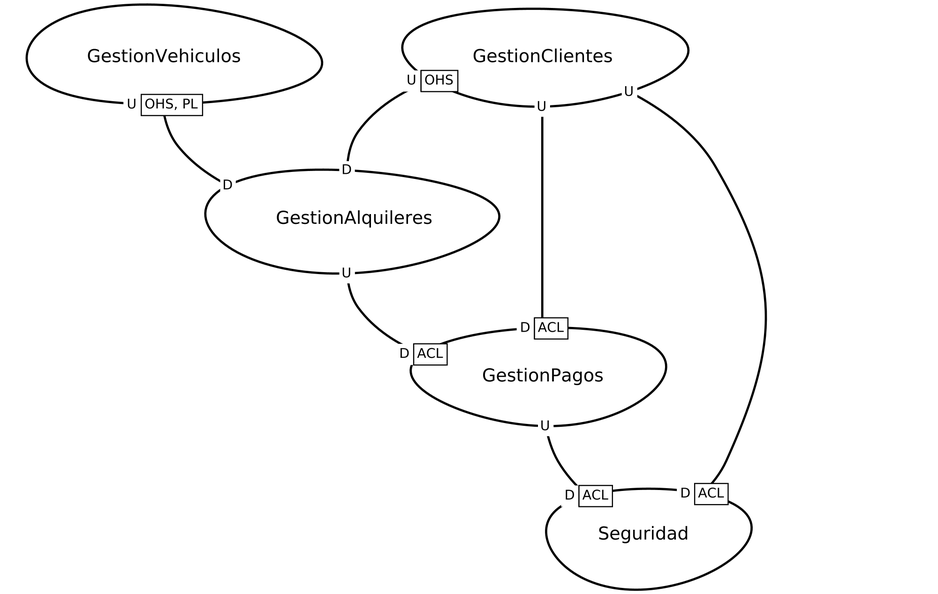
M4rc0HR/SWIIIHuamanAlquiler keeps this Graphviz diagram as src-gen/HuamanAlquiler_ContextMap.png. Above is the earlier version. Its source is kept beside it as src-gen/HuamanAlquiler_ContextMap.gv.
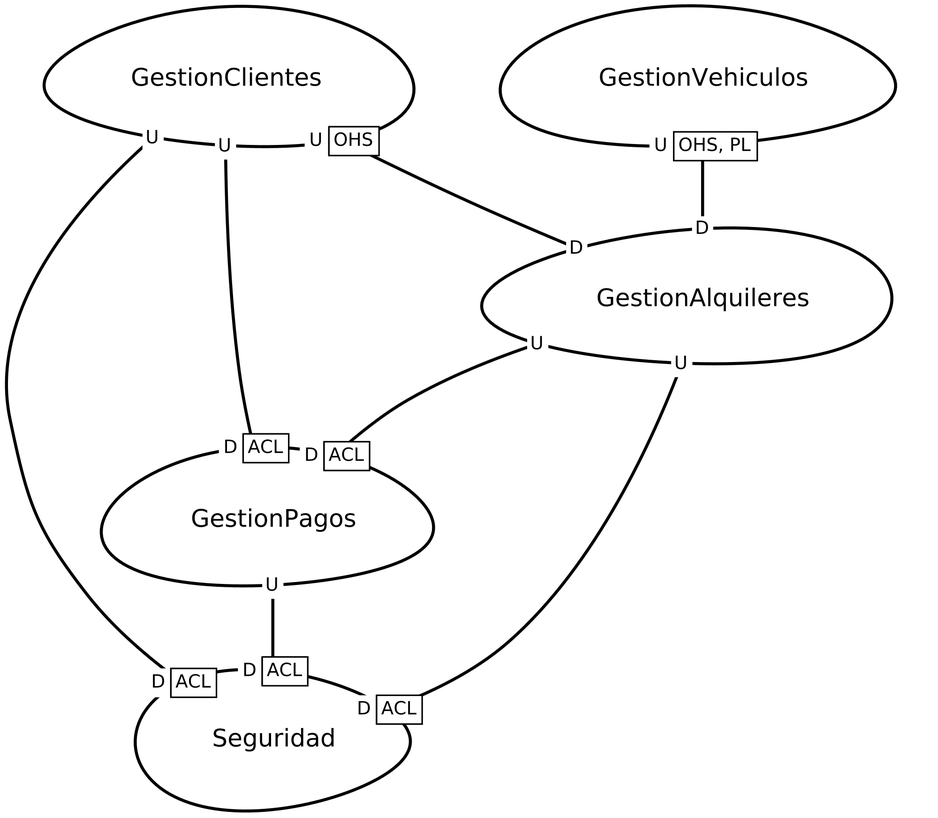
Later version of the same file.

The edit, as a diff of the source:
```diff
@@ -1,10 +1,15 @@
 digraph "ContextMapGraph" {
 graph ["imagepath"="/tmp/GraphvizJava"]
-"GestionAlquileres" ["margin"="0.3","orientation"="172","shape"="egg","fontsize"="16","style"="bold","label"="GestionAlquileres\n","fontname"="sans-serif"]
-"GestionPagos" ["margin"="0.3","orientation"="232","shape"="egg","fontsize"="16","style"="bold","label"="GestionPagos\n","fontname"="sans-serif"]
-"Seguridad" ["margin"="0.3","orientation"="137","shape"="egg","fontsize"="16","style"="bold","label"="Seguridad\n","fontname"="sans-serif"]
-"GestionClientes" ["margin"="0.3","orientation"="249","shape"="egg","fontsize"="16","style"="bold","label"="GestionClientes\n","fontname"="sans-serif"]
-"GestionVehiculos" ["margin"="0.3","orientation"="79","shape"="egg","fontsize"="16","style"="bold","label"="GestionVehiculos\n","fontname"="sans-serif"]
+"GestionAlquileres" ["margin"="0.3","orientation"="188","shape"="egg","fontsize"="16","style"="bold","label"="GestionAlquileres\n","fontname"="sans-serif"]
+"Seguridad" ["margin"="0.3","orientation"="298","shape"="egg","fontsize"="16","style"="bold","label"="Seguridad\n","fontname"="sans-serif"]
+"GestionPagos" ["margin"="0.3","orientation"="15","shape"="egg","fontsize"="16","style"="bold","label"="GestionPagos\n","fontname"="sans-serif"]
+"GestionClientes" ["margin"="0.3","orientation"="235","shape"="egg","fontsize"="16","style"="bold","label"="GestionClientes\n","fontname"="sans-serif"]
+"GestionVehiculos" ["margin"="0.3","orientation"="215","shape"="egg","fontsize"="16","style"="bold","label"="GestionVehiculos\n","fontname"="sans-serif"]
+"GestionAlquileres" -> "Seguridad" ["headlabel"=<<table cellspacing="0" cellborder="1" border="0">
+<tr><td bgcolor="white" sides="r">D</td><td sides="trbl" bgcolor="white"><font>ACL</font></td></tr>
+</table>>,"labeldistance"="0","fontsize"="12","taillabel"=<<table cellspacing="0" cellborder="0" border="0">
+<tr><td bgcolor="white">U</td></tr>
+</table>>,"style"="bold","label"="                                        ","dir"="none","fontname"="sans-serif"]
 "GestionAlquileres" -> "GestionPagos" ["headlabel"=<<table cellspacing="0" cellborder="1" border="0">
 <tr><td bgcolor="white" sides="r">D</td><td sides="trbl" bgcolor="white"><font>ACL</font></td></tr>
 </table>>,"labeldistance"="0","fontsize"="12","taillabel"=<<table cellspacing="0" cellborder="0" border="0">
```
